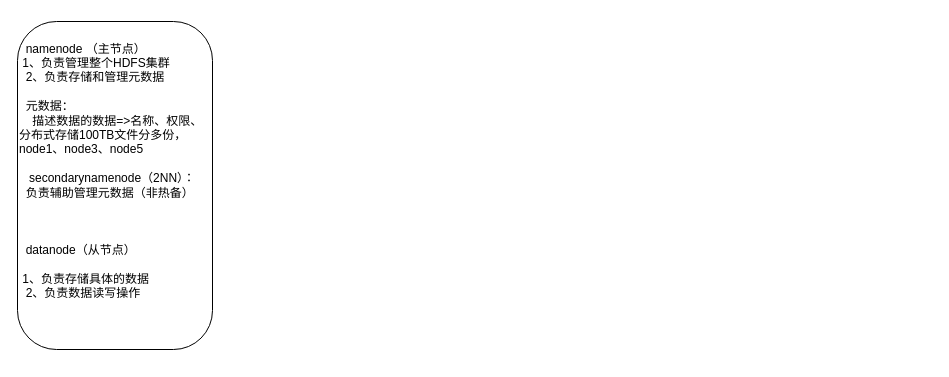
The draw.io diagram 未命名绘图.drawio in 24Ely/skills-hello-github-actions, before the edit. Source tidied: cells renumbered, new cells numbered last; positions are measured from the earlier drawing's top-left corner, leaving out a move shared by most shapes. Both pictures are drawn from the tidied source at 100%, with x=0, y=0 at pixel (17, 21).
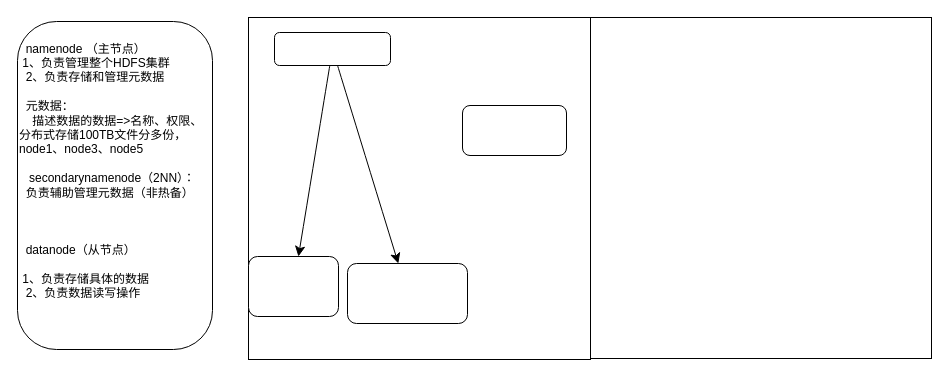
The same diagram, later.

Commit message (it also covers changes not shown here):
更新未命名绘图.drawio

Change to the diagram source:
```diff
@@
 <mxGraphModel>
   <root>
     <mxCell id="0" />
     <mxCell id="1" parent="0" />
     <mxCell id="2" value="&lt;div&gt;&amp;nbsp; namenode （主节点）&lt;div&gt;&amp;nbsp;1、负责管理整个HDFS集群&lt;/div&gt;&lt;div&gt;&amp;nbsp; 2、负责存储和管理元数据&lt;/div&gt;&lt;div&gt;&amp;nbsp;&amp;nbsp;&lt;/div&gt;&lt;div&gt;&amp;nbsp; 元数据：&lt;/div&gt;&lt;div&gt;&amp;nbsp; &amp;nbsp; 描述数据的数据=&amp;gt;名称、权限、分布式存储100TB文件分多份，&lt;/div&gt;&lt;div&gt;node1、node3、node5&lt;/div&gt;&lt;div&gt;&amp;nbsp;&amp;nbsp;&lt;/div&gt;&lt;div&gt;&amp;nbsp; &amp;nbsp;secondarynamenode（2NN）：&lt;/div&gt;&lt;div&gt;&amp;nbsp; 负责辅助管理元数据（非热备）&lt;/div&gt;&lt;div&gt;&amp;nbsp;&amp;nbsp;&lt;/div&gt;&lt;div&gt;&lt;br&gt;&lt;/div&gt;&lt;div&gt;&lt;br&gt;&lt;/div&gt;&lt;div&gt;&amp;nbsp; datanode（从节点）&lt;/div&gt;&lt;div&gt;&lt;br&gt;&lt;/div&gt;&lt;div&gt;&amp;nbsp;1、负责存储具体的数据&lt;/div&gt;&lt;div&gt;&amp;nbsp; 2、负责数据读写操作&lt;/div&gt;&lt;div&gt;&lt;br&gt;&lt;/div&gt;&lt;div&gt;&amp;nbsp;&amp;nbsp;&lt;/div&gt;&lt;div&gt;&lt;/div&gt;&lt;/div&gt;" style="rounded=1;whiteSpace=wrap;html=1;align=left;arcSize=20;" parent="1" vertex="1">
       <mxGeometry width="195" height="328" as="geometry" />
     </mxCell>
+    <mxCell id="3" style="edgeStyle=none;curved=1;rounded=0;jettySize=auto;html=1;fontSize=12;startSize=8;endSize=8;" parent="1" edge="1" source="4" target="5">
+      <mxGeometry relative="1" as="geometry" />
+    </mxCell>
+    <mxCell id="4" style="whiteSpace=wrap;html=1;" parent="1" vertex="1">
+      <mxGeometry x="231" y="-4" width="342" height="342" as="geometry" />
+    </mxCell>
+    <mxCell id="5" style="whiteSpace=wrap;html=1;" parent="1" vertex="1">
+      <mxGeometry x="573" y="-4" width="341" height="341" as="geometry" />
+    </mxCell>
+    <mxCell id="6" style="edgeStyle=none;curved=1;rounded=0;jettySize=auto;html=1;fontSize=12;startSize=8;endSize=8;" parent="1" edge="1" source="8" target="10">
+      <mxGeometry relative="1" as="geometry" />
+    </mxCell>
+    <mxCell id="7" style="edgeStyle=none;curved=1;rounded=0;jettySize=auto;html=1;fontSize=12;startSize=8;endSize=8;" parent="1" edge="1" source="8" target="11">
+      <mxGeometry relative="1" as="geometry" />
+    </mxCell>
+    <mxCell id="8" style="rounded=1;whiteSpace=wrap;html=1;" parent="1" vertex="1">
+      <mxGeometry x="257" y="11" width="116" height="33" as="geometry" />
+    </mxCell>
+    <mxCell id="9" style="rounded=1;whiteSpace=wrap;html=1;" parent="1" vertex="1">
+      <mxGeometry x="445" y="84" width="104" height="50" as="geometry" />
+    </mxCell>
+    <mxCell id="10" style="whiteSpace=wrap;html=1;rounded=1;" parent="1" vertex="1">
+      <mxGeometry x="231" y="235" width="90" height="60" as="geometry" />
+    </mxCell>
+    <mxCell id="11" style="whiteSpace=wrap;html=1;rounded=1;" parent="1" vertex="1">
+      <mxGeometry x="330" y="242" width="120" height="60" as="geometry" />
+    </mxCell>
   </root>
 </mxGraphModel>
```
